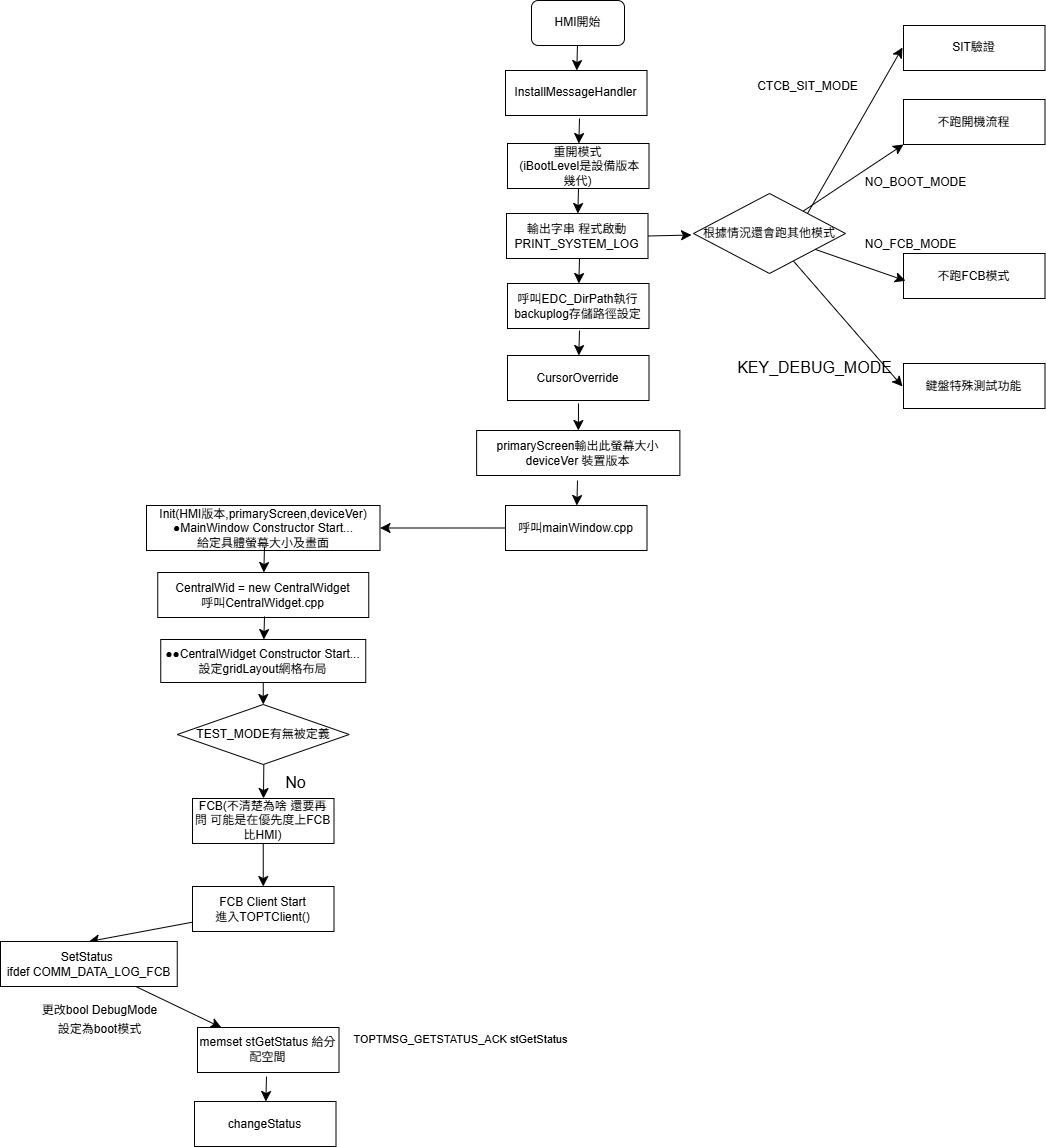
The draw.io diagram main流程圖.png in AXQuestion/-, before a commit. Source tidied: cells renumbered, new cells last; positions are measured from the earlier drawing's top-left corner, leaving out a move shared by most shapes.
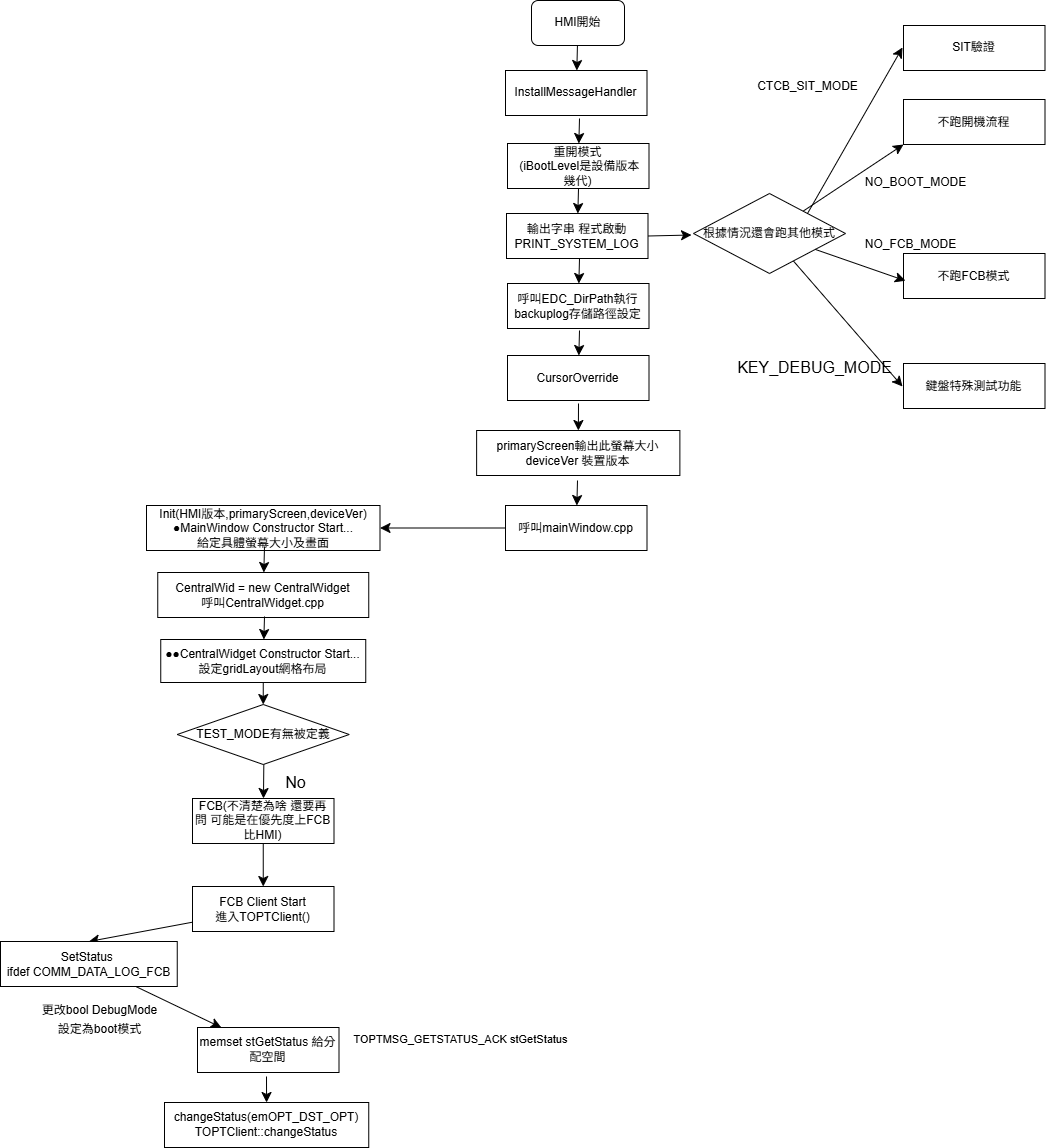
After the change.

Commit message:
更新main流程圖.png

The edit, as a diff of the source:
```diff
@@ -180,8 +180,8 @@
         <mxPoint x="266" y="1076" as="sourcePoint" />
       </mxGeometry>
     </mxCell>
-    <mxCell id="52" value="changeStatus" style="rounded=0;whiteSpace=wrap;html=1;" parent="1" vertex="1">
-      <mxGeometry x="194" y="1101" width="141.5" height="45" as="geometry" />
+    <mxCell id="52" value="changeStatus(emOPT_DST_OPT)&lt;div&gt;TOPTClient::changeStatus&lt;/div&gt;" style="rounded=0;whiteSpace=wrap;html=1;" parent="1" vertex="1">
+      <mxGeometry x="164" y="1102" width="204.2" height="45" as="geometry" />
     </mxCell>
   </root>
 </mxGraphModel>
```
